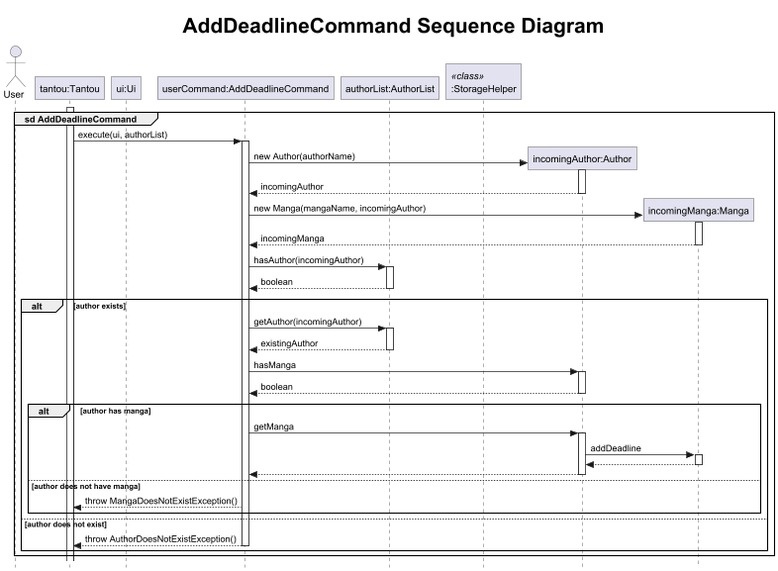
The PlantUML diagram docs/uml/images/schedule.png in xenthm/tp, before a commit. The source it was exported from:
```plantuml
@startuml
!include .PlantUMLClass.config
autoactivate off
skinparam maxMessageSize 250
title <size:30> AddDeadlineCommand Sequence Diagram

actor User
participant "tantou:Tantou" as tantou
participant "ui:Ui" as ui
participant "userCommand:AddDeadlineCommand" as userCommand
participant "authorList:AuthorList" as authorList
participant ":StorageHelper" as storage <<class>>
participant "incomingAuthor:Author" as author
participant "incomingManga:Manga" as manga

activate tantou
group sd AddDeadlineCommand
    tantou -> userCommand : execute(ui, authorList)
    activate userCommand

    create author
    userCommand -> author : new Author(authorName)
    activate author
    author --> userCommand : incomingAuthor
    deactivate author

    create manga
    userCommand -> manga : new Manga(mangaName, incomingAuthor)
    activate manga
    manga --> userCommand : incomingManga
    deactivate manga

    userCommand -> authorList: hasAuthor(incomingAuthor)
    activate authorList
    authorList --> userCommand: boolean
    deactivate authorList

    alt author exists
        userCommand -> authorList: getAuthor(incomingAuthor)
        activate authorList
        authorList --> userCommand: existingAuthor
        deactivate authorList

        userCommand -> author: hasManga
        activate author
        author --> userCommand: boolean
        deactivate author

        alt author has manga
            userCommand -> author: getManga
            activate author
            author -> manga: addDeadline
            activate manga
            manga --> author
            deactivate manga
            author --> userCommand
            deactivate author
        else author does not have manga
            tantou <-- userCommand: throw MangaDoesNotExistException()
        end
    else author does not exist
    tantou <-- userCommand: throw AuthorDoesNotExistException()
    deactivate userCommand
    end
end


@enduml
```
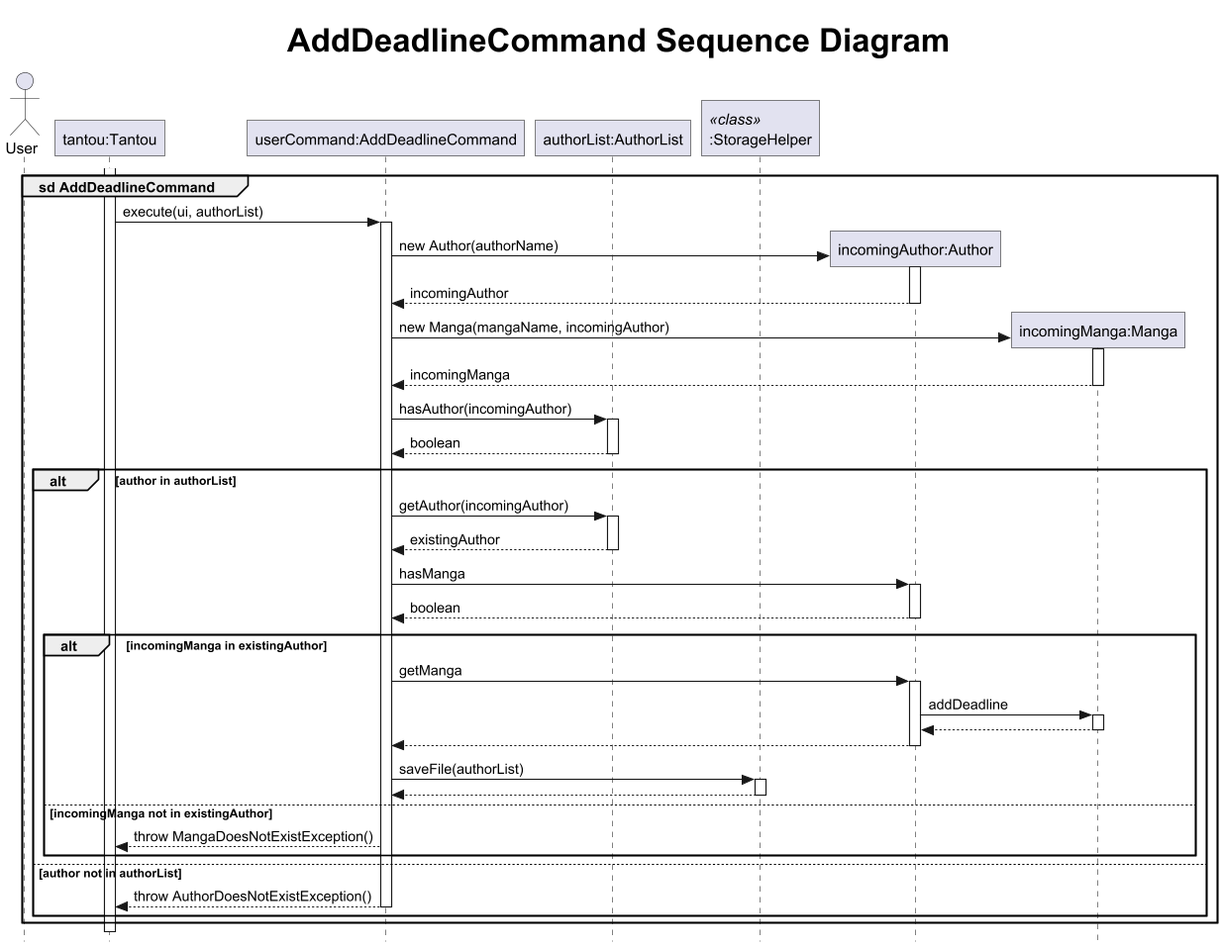
The same file after the commit.

Change to the diagram source:
```diff
@@ -6,7 +6,6 @@
 
 actor User
 participant "tantou:Tantou" as tantou
-participant "ui:Ui" as ui
 participant "userCommand:AddDeadlineCommand" as userCommand
 participant "authorList:AuthorList" as authorList
 participant ":StorageHelper" as storage <<class>>
@@ -35,7 +34,7 @@
     authorList --> userCommand: boolean
     deactivate authorList
 
-    alt author exists
+    alt author in authorList
         userCommand -> authorList: getAuthor(incomingAuthor)
         activate authorList
         authorList --> userCommand: existingAuthor
@@ -46,7 +45,7 @@
         author --> userCommand: boolean
         deactivate author
 
-        alt author has manga
+        alt incomingManga in existingAuthor
             userCommand -> author: getManga
             activate author
             author -> manga: addDeadline
@@ -55,14 +54,18 @@
             deactivate manga
             author --> userCommand
             deactivate author
-        else author does not have manga
+
+            userCommand -> storage : saveFile(authorList)
+            activate storage
+            storage --> userCommand
+            deactivate storage
+        else incomingManga not in existingAuthor
             tantou <-- userCommand: throw MangaDoesNotExistException()
         end
-    else author does not exist
+    else author not in authorList
     tantou <-- userCommand: throw AuthorDoesNotExistException()
     deactivate userCommand
     end
 end
 
-
 @enduml
```
